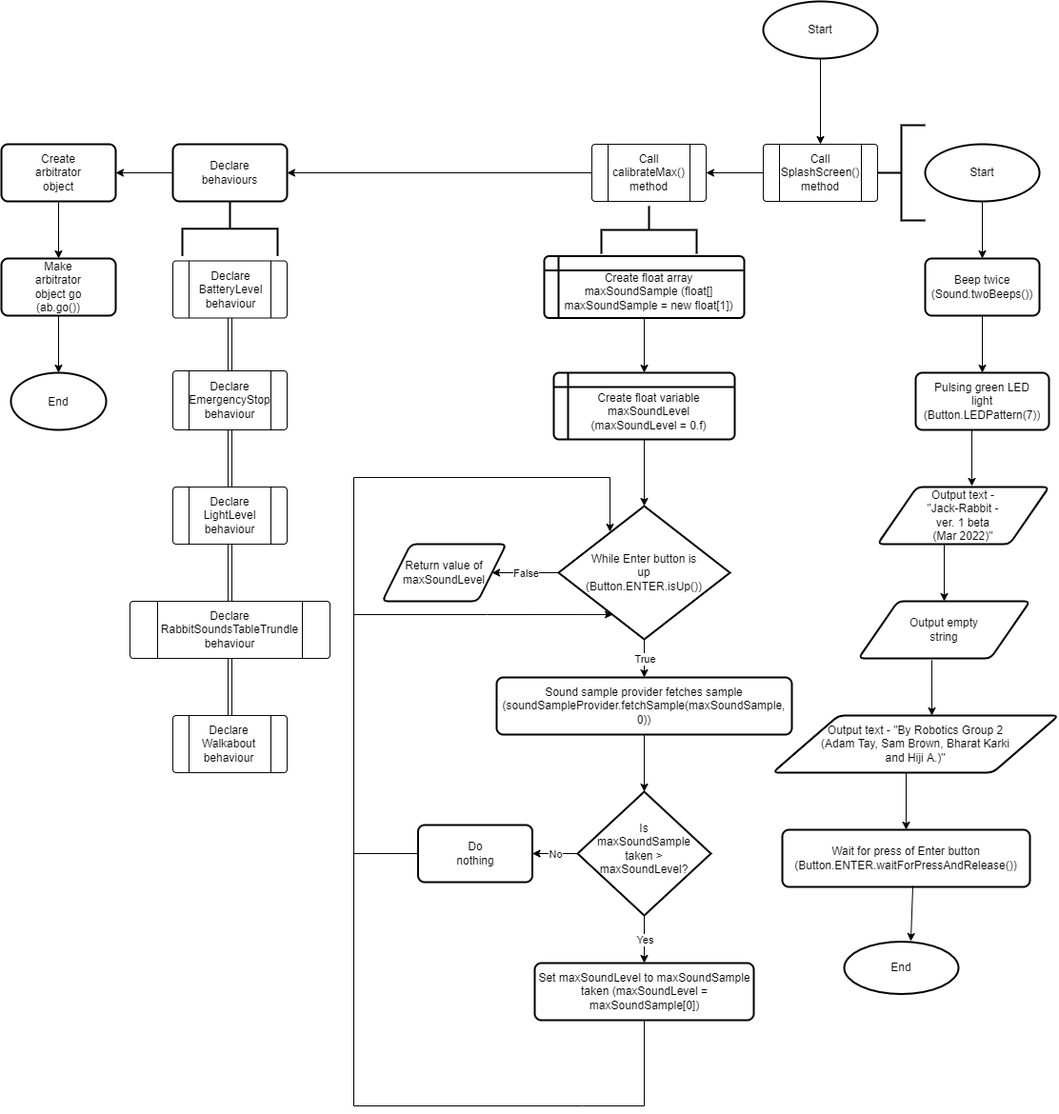
The draw.io diagram Final submission/ControlFlow.png in XLmT09/Bunny-Robot, before a commit. Source tidied: cells renumbered, new cells last; positions are measured from the earlier drawing's top-left corner, leaving out a move shared by most shapes.
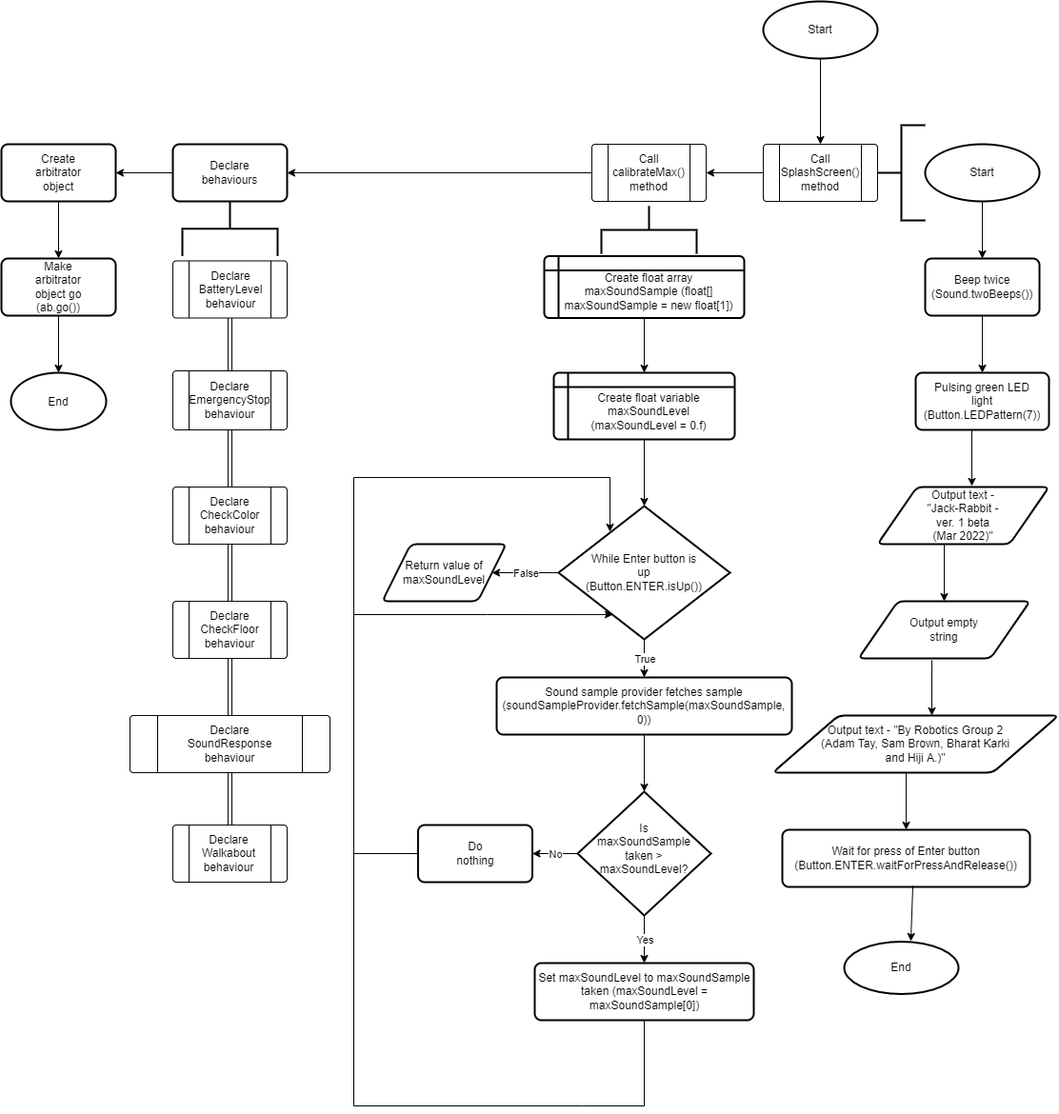
The same file after the commit.

What changed in the source:
```diff
@@ -159,12 +159,12 @@
       <mxGeometry relative="1" as="geometry" />
     </mxCell>
     <mxCell id="50" style="group;" parent="1" vertex="1">
-      <mxGeometry x="135" y="630" width="210" height="60" as="geometry" />
+      <mxGeometry x="135" y="750" width="210" height="60" as="geometry" />
     </mxCell>
     <mxCell id="51" style="verticalLabelPosition=bottom;verticalAlign=top;html=1;shape=process;whiteSpace=wrap;rounded=1;size=0.14;arcSize=6;hachureGap=4;" parent="50" vertex="1">
       <mxGeometry width="210" height="60" as="geometry" />
     </mxCell>
-    <mxCell id="52" value="Declare RabbitSoundsTableTrundle behaviour" style="text;strokeColor=none;fillColor=none;html=1;align=center;verticalAlign=middle;whiteSpace=wrap;rounded=0;hachureGap=4;" parent="50" vertex="1">
+    <mxCell id="52" value="Declare SoundResponse behaviour" style="text;strokeColor=none;fillColor=none;html=1;align=center;verticalAlign=middle;whiteSpace=wrap;rounded=0;hachureGap=4;" parent="50" vertex="1">
       <mxGeometry x="75" y="15" width="60" height="30" as="geometry" />
     </mxCell>
     <mxCell id="53" style="group;" parent="1" vertex="1">
@@ -194,17 +194,14 @@
     <mxCell id="61" style="verticalLabelPosition=bottom;verticalAlign=top;html=1;shape=process;whiteSpace=wrap;rounded=1;size=0.14;arcSize=6;hachureGap=4;" parent="60" vertex="1">
       <mxGeometry width="120" height="60" as="geometry" />
     </mxCell>
-    <mxCell id="62" value="Declare LightLevel behaviour" style="text;strokeColor=none;fillColor=none;html=1;align=center;verticalAlign=middle;whiteSpace=wrap;rounded=0;hachureGap=4;" parent="60" vertex="1">
+    <mxCell id="62" value="Declare CheckColor behaviour" style="text;strokeColor=none;fillColor=none;html=1;align=center;verticalAlign=middle;whiteSpace=wrap;rounded=0;hachureGap=4;" parent="60" vertex="1">
       <mxGeometry x="30" y="15" width="60" height="30" as="geometry" />
     </mxCell>
     <mxCell id="63" style="edgeStyle=none;rounded=0;jettySize=auto;html=1;exitX=0.5;exitY=1;exitDx=0;exitDy=0;entryX=0.5;entryY=0;entryDx=0;entryDy=0;endArrow=open;sourcePerimeterSpacing=8;targetPerimeterSpacing=8;shape=link;" parent="1" edge="1" source="44" target="61">
       <mxGeometry relative="1" as="geometry" />
     </mxCell>
-    <mxCell id="64" style="edgeStyle=none;shape=link;rounded=0;jettySize=auto;html=1;exitX=0.5;exitY=1;exitDx=0;exitDy=0;entryX=0.5;entryY=0;entryDx=0;entryDy=0;endArrow=open;sourcePerimeterSpacing=8;targetPerimeterSpacing=8;" parent="1" edge="1" source="61" target="51">
-      <mxGeometry relative="1" as="geometry" />
-    </mxCell>
     <mxCell id="65" style="group;" parent="1" vertex="1">
-      <mxGeometry x="180" y="750" width="120" height="60" as="geometry" />
+      <mxGeometry x="180" y="865" width="120" height="60" as="geometry" />
     </mxCell>
     <mxCell id="66" style="verticalLabelPosition=bottom;verticalAlign=top;html=1;shape=process;whiteSpace=wrap;rounded=1;size=0.14;arcSize=6;hachureGap=4;" parent="65" vertex="1">
       <mxGeometry width="120" height="60" as="geometry" />
@@ -377,5 +374,20 @@
     <mxCell id="117" style="endArrow=classic;html=1;rounded=0;sourcePerimeterSpacing=8;targetPerimeterSpacing=8;entryX=1;entryY=0.5;entryDx=0;entryDy=0;exitX=0;exitY=0.5;exitDx=0;exitDy=0;" parent="1" edge="1" source="40" target="54">
       <mxGeometry relative="1" as="geometry" />
     </mxCell>
+    <mxCell id="118" style="group;" parent="1" vertex="1">
+      <mxGeometry x="180" y="630" width="120" height="60" as="geometry" />
+    </mxCell>
+    <mxCell id="119" style="verticalLabelPosition=bottom;verticalAlign=top;html=1;shape=process;whiteSpace=wrap;rounded=1;size=0.14;arcSize=6;" parent="118" vertex="1">
+      <mxGeometry width="120" height="60" as="geometry" />
+    </mxCell>
+    <mxCell id="120" value="Declare CheckFloor behaviour" style="text;html=1;strokeColor=none;fillColor=none;align=center;verticalAlign=middle;whiteSpace=wrap;rounded=0;" parent="118" vertex="1">
+      <mxGeometry x="30" y="15" width="60" height="30" as="geometry" />
+    </mxCell>
+    <mxCell id="121" style="endArrow=classic;html=1;rounded=0;entryX=0.5;entryY=0;entryDx=0;entryDy=0;exitX=0.5;exitY=1;exitDx=0;exitDy=0;shape=link;" parent="1" edge="1" source="61" target="119">
+      <mxGeometry relative="1" as="geometry" />
+    </mxCell>
+    <mxCell id="122" style="endArrow=classic;html=1;rounded=0;shape=link;entryX=0.5;entryY=0;entryDx=0;entryDy=0;exitX=0.5;exitY=1;exitDx=0;exitDy=0;" parent="1" edge="1" source="119" target="51">
+      <mxGeometry relative="1" as="geometry" />
+    </mxCell>
   </root>
 </mxGraphModel>
```
